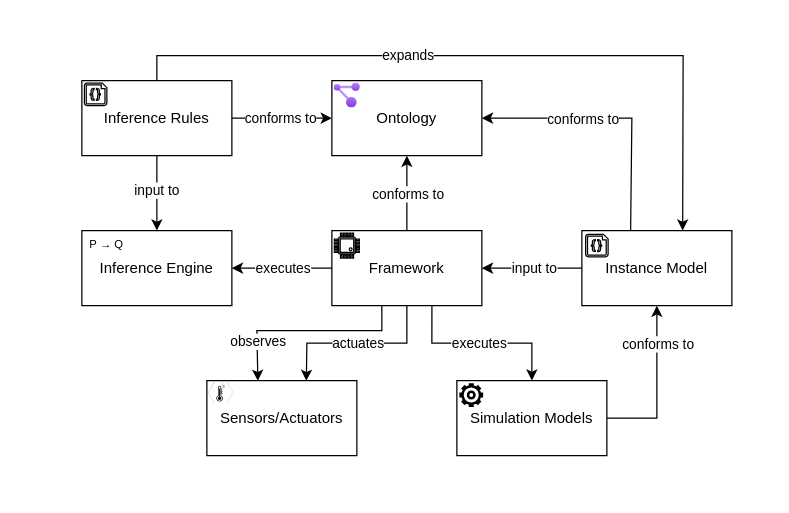
Above: Diagrams/framework_architecture.drawio in ivanspajic/ruleless-digital-twins (draw.io), before the change. Source tidied: cells renumbered, new cells numbered last; positions are measured from the earlier drawing's top-left corner, leaving out a move shared by most shapes. Both pictures are drawn from the tidied source at 125%, with x=0, y=0 at pixel (81, 55).
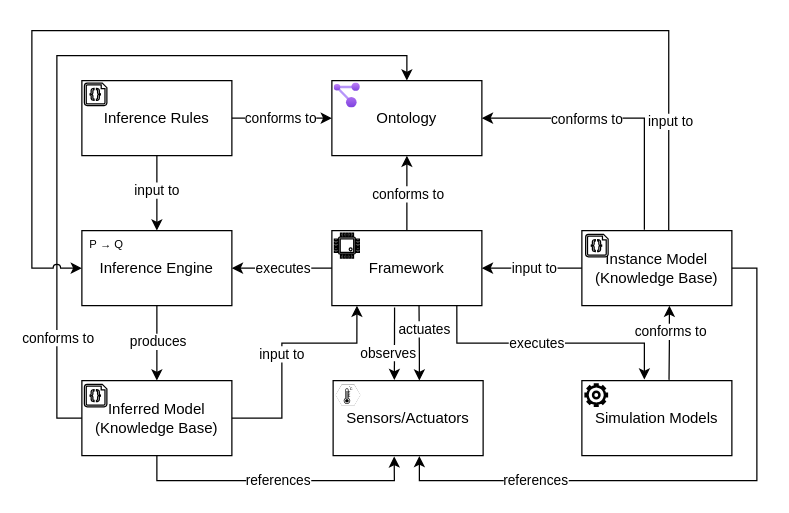
The same diagram, later.

The change refers to these unchanged cells:
```xml
<mxCell id="2" value="Framework" style="rounded=0;whiteSpace=wrap;html=1;" parent="1" vertex="1">
  <mxGeometry x="200" y="140" width="120" height="60" as="geometry" />
</mxCell>
<mxCell id="3" value="Inference Engine" style="rounded=0;whiteSpace=wrap;html=1;" parent="1" vertex="1">
  <mxGeometry y="140" width="120" height="60" as="geometry" />
</mxCell>
<mxCell id="5" value="Inference Rules" style="rounded=0;whiteSpace=wrap;html=1;" parent="1" vertex="1">
  <mxGeometry y="20" width="120" height="60" as="geometry" />
</mxCell>
<mxCell id="8" value="Ontology" style="rounded=0;whiteSpace=wrap;html=1;" parent="1" vertex="1">
  <mxGeometry x="200" y="20" width="120" height="60" as="geometry" />
</mxCell>
```

The edit, as a diff of the source:
```diff
@@
     <mxCell id="4" value="Simulation Models" style="rounded=0;whiteSpace=wrap;html=1;" parent="1" vertex="1">
-      <mxGeometry x="300" y="260" width="120" height="60" as="geometry" />
+      <mxGeometry x="400" y="260" width="120" height="60" as="geometry" />
     </mxCell>
@@
-    <mxCell id="6" value="Instance Model" style="rounded=0;whiteSpace=wrap;html=1;" parent="1" vertex="1">
+    <mxCell id="6" value="Instance Model&lt;div&gt;(Knowledge Base)&lt;/div&gt;" style="rounded=0;whiteSpace=wrap;html=1;" parent="1" vertex="1">
       <mxGeometry x="400" y="140" width="120" height="60" as="geometry" />
     </mxCell>
     <mxCell id="7" value="Sensors/Actuators" style="rounded=0;whiteSpace=wrap;html=1;" parent="1" vertex="1">
-      <mxGeometry x="100" y="260" width="120" height="60" as="geometry" />
+      <mxGeometry x="201" y="260" width="120" height="60" as="geometry" />
     </mxCell>
@@
-    <mxCell id="17" style="endArrow=classic;html=1;rounded=0;exitX=0.5;exitY=0;exitDx=0;exitDy=0;entryX=0.672;entryY=0;entryDx=0;entryDy=0;entryPerimeter=0;" parent="1" edge="1" source="5" target="6">
-      <mxGeometry relative="1" as="geometry">
-        <Array as="points">
-          <mxPoint x="60" />
-          <mxPoint x="481" />
-        </Array>
-      </mxGeometry>
-    </mxCell>
-    <mxCell id="18" value="expands" style="edgeLabel;html=1;align=center;verticalAlign=middle;" parent="17" vertex="1">
-      <mxGeometry x="-0.16" y="-1" relative="1" as="geometry">
-        <mxPoint x="-24" y="-2" as="offset" />
-      </mxGeometry>
-    </mxCell>
-    <mxCell id="19" style="endArrow=classic;html=1;rounded=0;exitX=1;exitY=0.5;exitDx=0;exitDy=0;entryX=0.5;entryY=1;entryDx=0;entryDy=0;" parent="1" edge="1" source="4" target="6">
+    <mxCell id="19" style="endArrow=classic;html=1;rounded=0;exitX=0.581;exitY=-0.01;exitDx=0;exitDy=0;exitPerimeter=0;" parent="1" edge="1" source="4">
       <mxGeometry relative="1" as="geometry">
+        <mxPoint x="470" y="200" as="targetPoint" />
         <Array as="points">
-          <mxPoint x="460" y="290" />
+          <mxPoint x="470" y="230" />
         </Array>
       </mxGeometry>
     </mxCell>
     <mxCell id="20" value="conforms to" style="edgeLabel;html=1;align=center;verticalAlign=middle;" parent="19" vertex="1">
       <mxGeometry x="0.26" relative="1" as="geometry">
-        <mxPoint y="-18" as="offset" />
+        <mxPoint y="-2" as="offset" />
       </mxGeometry>
     </mxCell>
-    <mxCell id="21" style="endArrow=classic;html=1;rounded=0;exitX=0.667;exitY=1;exitDx=0;exitDy=0;exitPerimeter=0;entryX=0.5;entryY=0;entryDx=0;entryDy=0;" parent="1" edge="1" source="2" target="4">
+    <mxCell id="21" style="endArrow=classic;html=1;rounded=0;exitX=0.833;exitY=0.997;exitDx=0;exitDy=0;exitPerimeter=0;" parent="1" edge="1" source="2">
       <mxGeometry relative="1" as="geometry">
+        <mxPoint x="450" y="259.2" as="targetPoint" />
         <Array as="points">
-          <mxPoint x="280" y="230" />
-          <mxPoint x="360" y="230" />
+          <mxPoint x="300" y="230" />
+          <mxPoint x="450" y="230" />
         </Array>
       </mxGeometry>
     </mxCell>
     <mxCell id="22" value="executes" style="edgeLabel;html=1;align=center;verticalAlign=middle;" parent="21" vertex="1">
       <mxGeometry x="-0.03" y="-1" relative="1" as="geometry">
-        <mxPoint y="-2" as="offset" />
+        <mxPoint x="-8" y="-2" as="offset" />
       </mxGeometry>
     </mxCell>
-    <mxCell id="23" style="endArrow=classic;html=1;rounded=0;exitX=0.5;exitY=1;exitDx=0;exitDy=0;entryX=0.663;entryY=0.003;entryDx=0;entryDy=0;entryPerimeter=0;" parent="1" edge="1" source="2" target="7">
+    <mxCell id="23" style="endArrow=classic;html=1;rounded=0;exitX=0.581;exitY=1.002;exitDx=0;exitDy=0;exitPerimeter=0;" parent="1" edge="1" source="2">
       <mxGeometry relative="1" as="geometry">
+        <mxPoint x="270" y="260" as="targetPoint" />
         <Array as="points">
-          <mxPoint x="260" y="230" />
-          <mxPoint x="180" y="230" />
+          <mxPoint x="270" y="240" />
         </Array>
       </mxGeometry>
     </mxCell>
     <mxCell id="24" value="actuates" style="edgeLabel;html=1;align=center;verticalAlign=middle;" parent="23" vertex="1">
       <mxGeometry x="0.07" y="-1" relative="1" as="geometry">
-        <mxPoint x="5" as="offset" />
+        <mxPoint x="5" y="-14" as="offset" />
       </mxGeometry>
     </mxCell>
-    <mxCell id="25" style="endArrow=classic;html=1;rounded=0;exitX=0.333;exitY=1;exitDx=0;exitDy=0;exitPerimeter=0;entryX=0.34;entryY=0.003;entryDx=0;entryDy=0;entryPerimeter=0;" parent="1" edge="1" source="2" target="7">
+    <mxCell id="25" style="endArrow=classic;html=1;rounded=0;exitX=0.418;exitY=1.025;exitDx=0;exitDy=0;exitPerimeter=0;" parent="1" edge="1" source="2">
       <mxGeometry relative="1" as="geometry">
-        <Array as="points">
-          <mxPoint x="240" y="220" />
-          <mxPoint x="140" y="220" />
-        </Array>
+        <mxPoint x="250" y="259.5" as="targetPoint" />
       </mxGeometry>
     </mxCell>
     <mxCell id="26" value="observes" style="edgeLabel;html=1;align=center;verticalAlign=middle;" parent="25" vertex="1">
       <mxGeometry x="0.69" relative="1" as="geometry">
-        <mxPoint y="-6" as="offset" />
+        <mxPoint x="-6" y="-13" as="offset" />
       </mxGeometry>
     </mxCell>
@@
     <mxCell id="30" style="html=1;verticalLabelPosition=bottom;align=center;labelBackgroundColor=#ffffff;verticalAlign=top;strokeWidth=2;shadow=0;dashed=0;shape=mxgraph.ios7.icons.settings;" parent="1" vertex="1">
-      <mxGeometry x="303" y="263" width="17" height="17" as="geometry" />
+      <mxGeometry x="403" y="263" width="17" height="17" as="geometry" />
     </mxCell>
@@
-    <mxCell id="33" style="endArrow=classic;html=1;rounded=0;exitX=0.325;exitY=0;exitDx=0;exitDy=0;exitPerimeter=0;entryX=1;entryY=0.5;entryDx=0;entryDy=0;" parent="1" edge="1" source="6" target="8">
+    <mxCell id="33" style="endArrow=classic;html=1;rounded=0;entryX=1;entryY=0.5;entryDx=0;entryDy=0;" parent="1" edge="1" target="8">
       <mxGeometry relative="1" as="geometry">
+        <mxPoint x="450" y="139.2" as="sourcePoint" />
         <Array as="points">
-          <mxPoint x="440" y="50" />
+          <mxPoint x="450" y="50" />
         </Array>
       </mxGeometry>
     </mxCell>
@@
     <mxCell id="37" style="verticalLabelPosition=bottom;sketch=0;html=1;verticalAlign=top;align=center;shape=mxgraph.cisco_safe.compositeIcon;bgIcon=mxgraph.cisco_safe.design.blank_device;resIcon=mxgraph.cisco_safe.design.sensor;" parent="1" vertex="1">
-      <mxGeometry x="101" y="261" width="20" height="17" as="geometry" />
+      <mxGeometry x="202.9" y="263" width="20" height="17" as="geometry" />
     </mxCell>
+    <mxCell id="38" value="Inferred Model&lt;div&gt;(Knowledge Base)&lt;/div&gt;" style="rounded=0;whiteSpace=wrap;html=1;" parent="1" vertex="1">
+      <mxGeometry y="260" width="120" height="60" as="geometry" />
+    </mxCell>
+    <mxCell id="39" style="verticalLabelPosition=bottom;html=1;verticalAlign=top;align=center;shape=mxgraph.azure.code_file;" parent="1" vertex="1">
+      <mxGeometry x="2" y="263" width="18" height="18" as="geometry" />
+    </mxCell>
+    <mxCell id="40" style="endArrow=classic;html=1;rounded=0;exitX=0.5;exitY=1;exitDx=0;exitDy=0;entryX=0.5;entryY=0;entryDx=0;entryDy=0;" parent="1" edge="1" source="3" target="38">
+      <mxGeometry relative="1" as="geometry" />
+    </mxCell>
+    <mxCell id="41" value="produces" style="edgeLabel;html=1;align=center;verticalAlign=middle;" parent="40" vertex="1">
+      <mxGeometry x="-0.08" relative="1" as="geometry" />
+    </mxCell>
+    <mxCell id="42" style="endArrow=classic;html=1;rounded=0;entryX=0.167;entryY=1;entryDx=0;entryDy=0;entryPerimeter=0;exitX=1;exitY=0.5;exitDx=0;exitDy=0;" parent="1" edge="1" source="38" target="2">
+      <mxGeometry relative="1" as="geometry">
+        <Array as="points">
+          <mxPoint x="160" y="290" />
+          <mxPoint x="160" y="230" />
+          <mxPoint x="220" y="230" />
+        </Array>
+      </mxGeometry>
+    </mxCell>
+    <mxCell id="43" value="input to" style="edgeLabel;html=1;align=center;verticalAlign=middle;" parent="42" vertex="1">
+      <mxGeometry x="0.21" relative="1" as="geometry">
+        <mxPoint x="-16" y="8" as="offset" />
+      </mxGeometry>
+    </mxCell>
+    <mxCell id="44" style="endArrow=classic;html=1;rounded=0;exitX=0;exitY=0.5;exitDx=0;exitDy=0;entryX=0.5;entryY=0;entryDx=0;entryDy=0;" parent="1" edge="1" source="38" target="8">
+      <mxGeometry relative="1" as="geometry">
+        <Array as="points">
+          <mxPoint x="-20" y="290" />
+          <mxPoint x="-20" />
+          <mxPoint x="260" />
+        </Array>
+      </mxGeometry>
+    </mxCell>
+    <mxCell id="45" value="conforms to" style="edgeLabel;html=1;align=center;verticalAlign=middle;" parent="44" vertex="1">
+      <mxGeometry x="-0.38" relative="1" as="geometry">
+        <mxPoint y="105" as="offset" />
+      </mxGeometry>
+    </mxCell>
+    <mxCell id="46" style="endArrow=classic;html=1;rounded=0;exitX=0.5;exitY=1;exitDx=0;exitDy=0;entryX=0.407;entryY=1.01;entryDx=0;entryDy=0;entryPerimeter=0;" parent="1" edge="1" source="38" target="7">
+      <mxGeometry relative="1" as="geometry">
+        <Array as="points">
+          <mxPoint x="60" y="340" />
+          <mxPoint x="250" y="340" />
+        </Array>
+      </mxGeometry>
+    </mxCell>
+    <mxCell id="47" value="references" style="edgeLabel;html=1;align=center;verticalAlign=middle;" parent="46" vertex="1">
+      <mxGeometry x="-0.04" y="1" relative="1" as="geometry">
+        <mxPoint x="6" as="offset" />
+      </mxGeometry>
+    </mxCell>
+    <mxCell id="48" style="endArrow=classic;html=1;rounded=0;exitX=1;exitY=0.5;exitDx=0;exitDy=0;entryX=0.575;entryY=1.006;entryDx=0;entryDy=0;entryPerimeter=0;" parent="1" edge="1" source="6" target="7">
+      <mxGeometry relative="1" as="geometry">
+        <Array as="points">
+          <mxPoint x="540" y="170" />
+          <mxPoint x="540" y="340" />
+          <mxPoint x="270" y="340" />
+        </Array>
+      </mxGeometry>
+    </mxCell>
+    <mxCell id="49" value="references" style="edgeLabel;html=1;align=center;verticalAlign=middle;" parent="48" vertex="1">
+      <mxGeometry x="0.25" y="1" relative="1" as="geometry">
+        <mxPoint x="-68" y="-2" as="offset" />
+      </mxGeometry>
+    </mxCell>
+    <mxCell id="50" style="endArrow=classic;html=1;rounded=0;exitX=0.579;exitY=-0.005;exitDx=0;exitDy=0;exitPerimeter=0;entryX=0;entryY=0.5;entryDx=0;entryDy=0;jumpStyle=arc;" parent="1" edge="1" source="6" target="3">
+      <mxGeometry relative="1" as="geometry">
+        <Array as="points">
+          <mxPoint x="469.5" y="-20" />
+          <mxPoint x="-40" y="-20" />
+          <mxPoint x="-40" y="170" />
+        </Array>
+      </mxGeometry>
+    </mxCell>
+    <mxCell id="51" value="input to" style="edgeLabel;html=1;align=center;verticalAlign=middle;" parent="50" vertex="1">
+      <mxGeometry x="-0.89" y="-1" relative="1" as="geometry">
+        <mxPoint y="-38" as="offset" />
+      </mxGeometry>
+    </mxCell>
```
